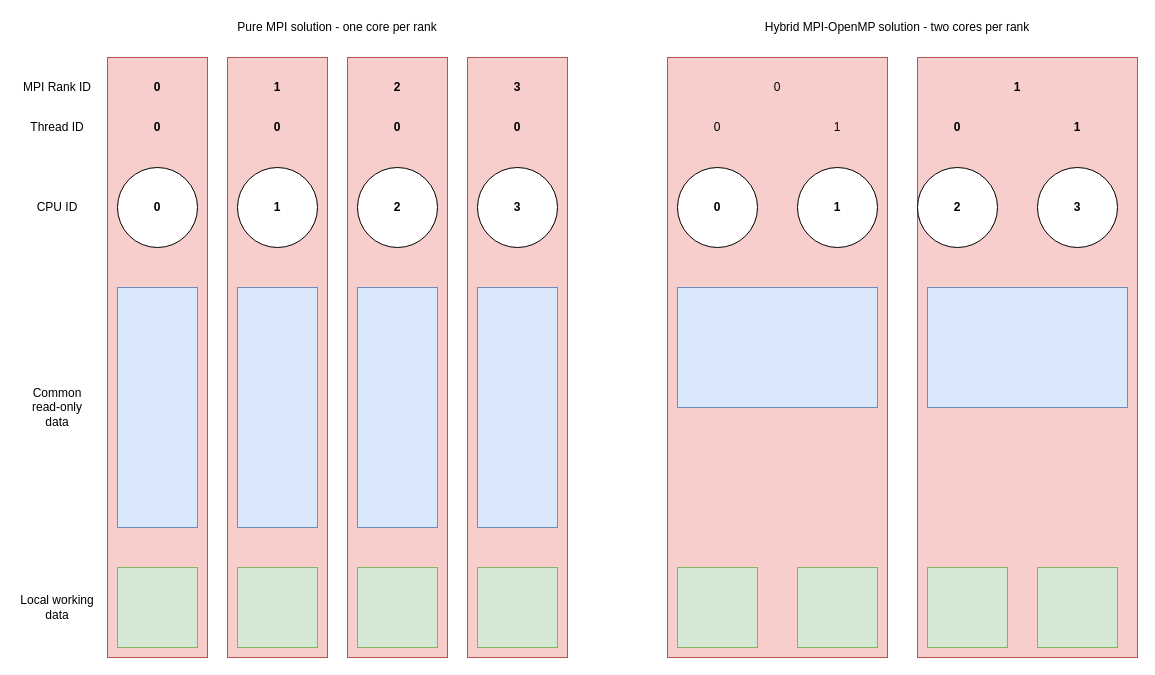
ENCCS/intermediate-mpi keeps this draw.io diagram as content/diagrams/pure vs hybrid.drawio. Above is the earlier version. Source tidied: cells renumbered, new cells numbered last; positions are measured from the earlier drawing's top-left corner, leaving out a move shared by most shapes. Both pictures are drawn from the tidied source at 100%, with x=0, y=0 at pixel (17, 17).
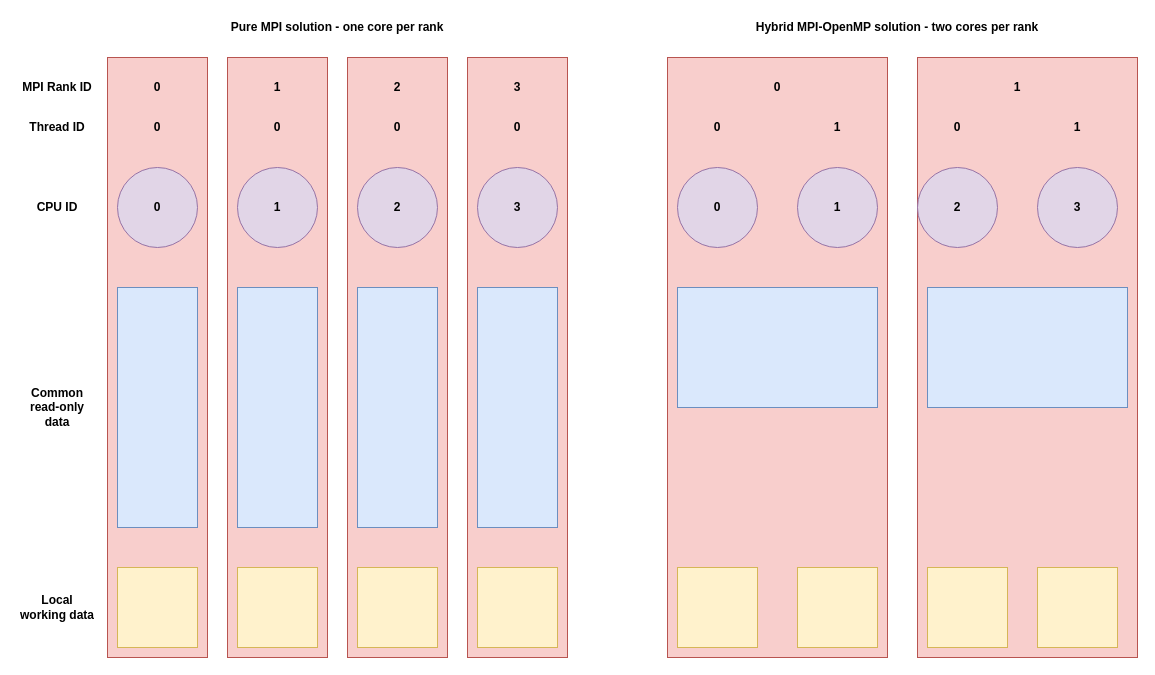
The same page after the edit.

Change to the diagram source:
```diff
@@
-    <mxCell id="6" value="0" style="ellipse;whiteSpace=wrap;html=1;fontStyle=1;" parent="1" vertex="1">
+    <mxCell id="6" value="0" style="ellipse;whiteSpace=wrap;html=1;fontStyle=1;fillColor=#e1d5e7;strokeColor=#9673a6;" parent="1" vertex="1">
       <mxGeometry x="100" y="150" width="80" height="80" as="geometry" />
     </mxCell>
-    <mxCell id="7" value="1" style="ellipse;whiteSpace=wrap;html=1;fontStyle=1;" parent="1" vertex="1">
+    <mxCell id="7" value="1" style="ellipse;whiteSpace=wrap;html=1;fontStyle=1;fillColor=#e1d5e7;strokeColor=#9673a6;" parent="1" vertex="1">
       <mxGeometry x="220" y="150" width="80" height="80" as="geometry" />
     </mxCell>
-    <mxCell id="8" value="2" style="ellipse;whiteSpace=wrap;html=1;fontStyle=1;" parent="1" vertex="1">
+    <mxCell id="8" value="2" style="ellipse;whiteSpace=wrap;html=1;fontStyle=1;fillColor=#e1d5e7;strokeColor=#9673a6;" parent="1" vertex="1">
       <mxGeometry x="340" y="150" width="80" height="80" as="geometry" />
     </mxCell>
-    <mxCell id="9" value="3" style="ellipse;whiteSpace=wrap;html=1;fontStyle=1;" parent="1" vertex="1">
+    <mxCell id="9" value="3" style="ellipse;whiteSpace=wrap;html=1;fontStyle=1;fillColor=#e1d5e7;strokeColor=#9673a6;" parent="1" vertex="1">
       <mxGeometry x="460" y="150" width="80" height="80" as="geometry" />
     </mxCell>
-    <mxCell id="10" value="CPU ID" style="text;html=1;strokeColor=none;fillColor=none;align=center;verticalAlign=middle;whiteSpace=wrap;rounded=0;" parent="1" vertex="1">
+    <mxCell id="10" value="CPU ID" style="text;html=1;strokeColor=none;fillColor=none;align=center;verticalAlign=middle;whiteSpace=wrap;rounded=0;fontStyle=1;" parent="1" vertex="1">
       <mxGeometry y="180" width="80" height="20" as="geometry" />
     </mxCell>
@@
-    <mxCell id="12" value="Common&lt;br&gt;read-only&lt;br&gt;data" style="text;html=1;strokeColor=none;fillColor=none;align=center;verticalAlign=middle;whiteSpace=wrap;rounded=0;" parent="1" vertex="1">
+    <mxCell id="12" value="Common&lt;br&gt;read-only&lt;br&gt;data" style="text;html=1;strokeColor=none;fillColor=none;align=center;verticalAlign=middle;whiteSpace=wrap;rounded=0;fontStyle=1;" parent="1" vertex="1">
       <mxGeometry y="380" width="80" height="20" as="geometry" />
     </mxCell>
@@
-    <mxCell id="16" style="rounded=0;whiteSpace=wrap;html=1;fillColor=#d5e8d4;strokeColor=#82b366;" parent="1" vertex="1">
+    <mxCell id="16" style="rounded=0;whiteSpace=wrap;html=1;fillColor=#fff2cc;strokeColor=#d6b656;" parent="1" vertex="1">
       <mxGeometry x="100" y="550" width="80" height="80" as="geometry" />
     </mxCell>
-    <mxCell id="17" style="rounded=0;whiteSpace=wrap;html=1;fillColor=#d5e8d4;strokeColor=#82b366;" parent="1" vertex="1">
+    <mxCell id="17" style="rounded=0;whiteSpace=wrap;html=1;fillColor=#fff2cc;strokeColor=#d6b656;" parent="1" vertex="1">
       <mxGeometry x="220" y="550" width="80" height="80" as="geometry" />
     </mxCell>
-    <mxCell id="18" style="rounded=0;whiteSpace=wrap;html=1;fillColor=#d5e8d4;strokeColor=#82b366;" parent="1" vertex="1">
+    <mxCell id="18" style="rounded=0;whiteSpace=wrap;html=1;fillColor=#fff2cc;strokeColor=#d6b656;" parent="1" vertex="1">
       <mxGeometry x="340" y="550" width="80" height="80" as="geometry" />
     </mxCell>
-    <mxCell id="19" style="rounded=0;whiteSpace=wrap;html=1;fillColor=#d5e8d4;strokeColor=#82b366;" parent="1" vertex="1">
+    <mxCell id="19" style="rounded=0;whiteSpace=wrap;html=1;fillColor=#fff2cc;strokeColor=#d6b656;" parent="1" vertex="1">
       <mxGeometry x="460" y="550" width="80" height="80" as="geometry" />
     </mxCell>
-    <mxCell id="20" value="Local working data" style="text;html=1;strokeColor=none;fillColor=none;align=center;verticalAlign=middle;whiteSpace=wrap;rounded=0;" parent="1" vertex="1">
+    <mxCell id="20" value="Local working data" style="text;html=1;strokeColor=none;fillColor=none;align=center;verticalAlign=middle;whiteSpace=wrap;rounded=0;fontStyle=1;" parent="1" vertex="1">
       <mxGeometry y="580" width="80" height="20" as="geometry" />
     </mxCell>
-    <mxCell id="21" value="MPI Rank ID" style="text;html=1;strokeColor=none;fillColor=none;align=center;verticalAlign=middle;whiteSpace=wrap;rounded=0;" parent="1" vertex="1">
+    <mxCell id="21" value="MPI Rank ID" style="text;html=1;strokeColor=none;fillColor=none;align=center;verticalAlign=middle;whiteSpace=wrap;rounded=0;fontStyle=1;" parent="1" vertex="1">
       <mxGeometry y="60" width="80" height="20" as="geometry" />
     </mxCell>
-    <mxCell id="22" value="Thread ID" style="text;html=1;strokeColor=none;fillColor=none;align=center;verticalAlign=middle;whiteSpace=wrap;rounded=0;" parent="1" vertex="1">
+    <mxCell id="22" value="Thread ID" style="text;html=1;strokeColor=none;fillColor=none;align=center;verticalAlign=middle;whiteSpace=wrap;rounded=0;fontStyle=1;" parent="1" vertex="1">
       <mxGeometry y="100" width="80" height="20" as="geometry" />
     </mxCell>
@@
-    <mxCell id="31" value="Pure MPI solution - one core per rank" style="text;html=1;strokeColor=none;fillColor=none;align=center;verticalAlign=middle;whiteSpace=wrap;rounded=0;" parent="1" vertex="1">
+    <mxCell id="31" value="Pure MPI solution - one core per rank" style="text;html=1;strokeColor=none;fillColor=none;align=center;verticalAlign=middle;whiteSpace=wrap;rounded=0;fontStyle=1;" parent="1" vertex="1">
       <mxGeometry x="160" width="320" height="20" as="geometry" />
     </mxCell>
@@
-    <mxCell id="34" value="0" style="ellipse;whiteSpace=wrap;html=1;fontStyle=1;" parent="1" vertex="1">
+    <mxCell id="34" value="0" style="ellipse;whiteSpace=wrap;html=1;fontStyle=1;fillColor=#e1d5e7;strokeColor=#9673a6;" parent="1" vertex="1">
       <mxGeometry x="660" y="150" width="80" height="80" as="geometry" />
     </mxCell>
-    <mxCell id="35" value="&lt;b&gt;1&lt;/b&gt;" style="ellipse;whiteSpace=wrap;html=1;" parent="1" vertex="1">
+    <mxCell id="35" value="&lt;b&gt;1&lt;/b&gt;" style="ellipse;whiteSpace=wrap;html=1;fillColor=#e1d5e7;strokeColor=#9673a6;" parent="1" vertex="1">
       <mxGeometry x="780" y="150" width="80" height="80" as="geometry" />
     </mxCell>
-    <mxCell id="36" value="&lt;b&gt;2&lt;/b&gt;" style="ellipse;whiteSpace=wrap;html=1;" parent="1" vertex="1">
+    <mxCell id="36" value="&lt;b&gt;2&lt;/b&gt;" style="ellipse;whiteSpace=wrap;html=1;fillColor=#e1d5e7;strokeColor=#9673a6;" parent="1" vertex="1">
       <mxGeometry x="900" y="150" width="80" height="80" as="geometry" />
     </mxCell>
-    <mxCell id="37" value="&lt;b&gt;3&lt;/b&gt;" style="ellipse;whiteSpace=wrap;html=1;" parent="1" vertex="1">
+    <mxCell id="37" value="&lt;b&gt;3&lt;/b&gt;" style="ellipse;whiteSpace=wrap;html=1;fillColor=#e1d5e7;strokeColor=#9673a6;" parent="1" vertex="1">
       <mxGeometry x="1020" y="150" width="80" height="80" as="geometry" />
     </mxCell>
@@
-    <mxCell id="40" style="rounded=0;whiteSpace=wrap;html=1;fillColor=#d5e8d4;strokeColor=#82b366;" parent="1" vertex="1">
+    <mxCell id="40" style="rounded=0;whiteSpace=wrap;html=1;fillColor=#fff2cc;strokeColor=#d6b656;" parent="1" vertex="1">
       <mxGeometry x="660" y="550" width="80" height="80" as="geometry" />
     </mxCell>
-    <mxCell id="41" style="rounded=0;whiteSpace=wrap;html=1;fillColor=#d5e8d4;strokeColor=#82b366;" parent="1" vertex="1">
+    <mxCell id="41" style="rounded=0;whiteSpace=wrap;html=1;fillColor=#fff2cc;strokeColor=#d6b656;" parent="1" vertex="1">
       <mxGeometry x="780" y="550" width="80" height="80" as="geometry" />
     </mxCell>
-    <mxCell id="42" style="rounded=0;whiteSpace=wrap;html=1;fillColor=#d5e8d4;strokeColor=#82b366;" parent="1" vertex="1">
+    <mxCell id="42" style="rounded=0;whiteSpace=wrap;html=1;fillColor=#fff2cc;strokeColor=#d6b656;" parent="1" vertex="1">
       <mxGeometry x="910" y="550" width="80" height="80" as="geometry" />
     </mxCell>
-    <mxCell id="43" style="rounded=0;whiteSpace=wrap;html=1;fillColor=#d5e8d4;strokeColor=#82b366;" parent="1" vertex="1">
+    <mxCell id="43" style="rounded=0;whiteSpace=wrap;html=1;fillColor=#fff2cc;strokeColor=#d6b656;" parent="1" vertex="1">
       <mxGeometry x="1020" y="550" width="80" height="80" as="geometry" />
     </mxCell>
-    <mxCell id="44" value="0" style="text;html=1;strokeColor=none;fillColor=none;align=center;verticalAlign=middle;whiteSpace=wrap;rounded=0;" parent="1" vertex="1">
+    <mxCell id="44" value="0" style="text;html=1;strokeColor=none;fillColor=none;align=center;verticalAlign=middle;whiteSpace=wrap;rounded=0;fontStyle=1;" parent="1" vertex="1">
       <mxGeometry x="740" y="60" width="40" height="20" as="geometry" />
     </mxCell>
-    <mxCell id="45" value="0" style="text;html=1;strokeColor=none;fillColor=none;align=center;verticalAlign=middle;whiteSpace=wrap;rounded=0;" parent="1" vertex="1">
+    <mxCell id="45" value="0" style="text;html=1;strokeColor=none;fillColor=none;align=center;verticalAlign=middle;whiteSpace=wrap;rounded=0;fontStyle=1;" parent="1" vertex="1">
       <mxGeometry x="680" y="100" width="40" height="20" as="geometry" />
     </mxCell>
-    <mxCell id="46" value="1" style="text;html=1;strokeColor=none;fillColor=none;align=center;verticalAlign=middle;whiteSpace=wrap;rounded=0;" parent="1" vertex="1">
+    <mxCell id="46" value="1" style="text;html=1;strokeColor=none;fillColor=none;align=center;verticalAlign=middle;whiteSpace=wrap;rounded=0;fontStyle=1;" parent="1" vertex="1">
       <mxGeometry x="800" y="100" width="40" height="20" as="geometry" />
     </mxCell>
@@
-    <mxCell id="50" value="Hybrid MPI-OpenMP solution - two cores per rank" style="text;html=1;strokeColor=none;fillColor=none;align=center;verticalAlign=middle;whiteSpace=wrap;rounded=0;" parent="1" vertex="1">
+    <mxCell id="50" value="Hybrid MPI-OpenMP solution - two cores per rank" style="text;html=1;strokeColor=none;fillColor=none;align=center;verticalAlign=middle;whiteSpace=wrap;rounded=0;fontStyle=1;" parent="1" vertex="1">
       <mxGeometry x="720" width="320" height="20" as="geometry" />
     </mxCell>
```
